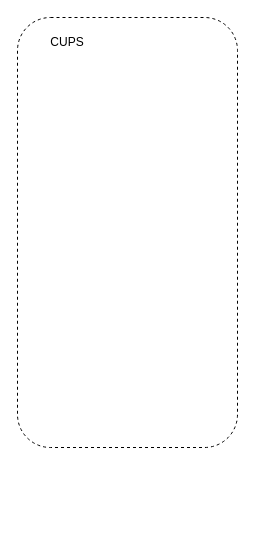
Before: POSP.drawio in xnxuehai/draw, a draw.io diagram. Source tidied: cells renumbered, new cells numbered last; positions are measured from the earlier drawing's top-left corner, leaving out a move shared by most shapes. Both pictures are drawn from the tidied source at 100%, with x=0, y=0 at pixel (17, 17).
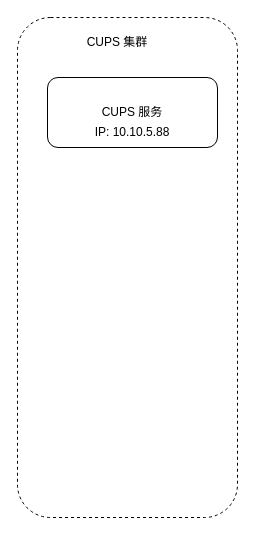
After the change.

Diff of the diagram source:
```diff
@@
 <mxGraphModel>
   <root>
     <mxCell id="0" />
     <mxCell id="1" parent="0" />
     <mxCell id="2" style="rounded=1;whiteSpace=wrap;html=1;dashed=1;" parent="1" vertex="1">
-      <mxGeometry width="220" height="430" as="geometry" />
+      <mxGeometry width="220" height="500" as="geometry" />
     </mxCell>
-    <mxCell id="3" value="CUPS" style="text;html=1;align=center;verticalAlign=middle;whiteSpace=wrap;rounded=0;" parent="1" vertex="1">
-      <mxGeometry x="20" y="10" width="60" height="30" as="geometry" />
+    <mxCell id="3" value="CUPS 集群" style="text;html=1;align=center;verticalAlign=middle;whiteSpace=wrap;rounded=0;" parent="1" vertex="1">
+      <mxGeometry x="60" y="10" width="80" height="30" as="geometry" />
     </mxCell>
+    <mxCell id="4" value="CUPS 服务" style="rounded=1;whiteSpace=wrap;html=1;" parent="1" vertex="1">
+      <mxGeometry x="30" y="60" width="170" height="70" as="geometry" />
+    </mxCell>
+    <mxCell id="5" value="IP: 10.10.5.88" style="text;html=1;align=center;verticalAlign=middle;whiteSpace=wrap;rounded=0;" parent="1" vertex="1">
+      <mxGeometry x="65" y="100" width="100" height="30" as="geometry" />
+    </mxCell>
   </root>
 </mxGraphModel>
```
